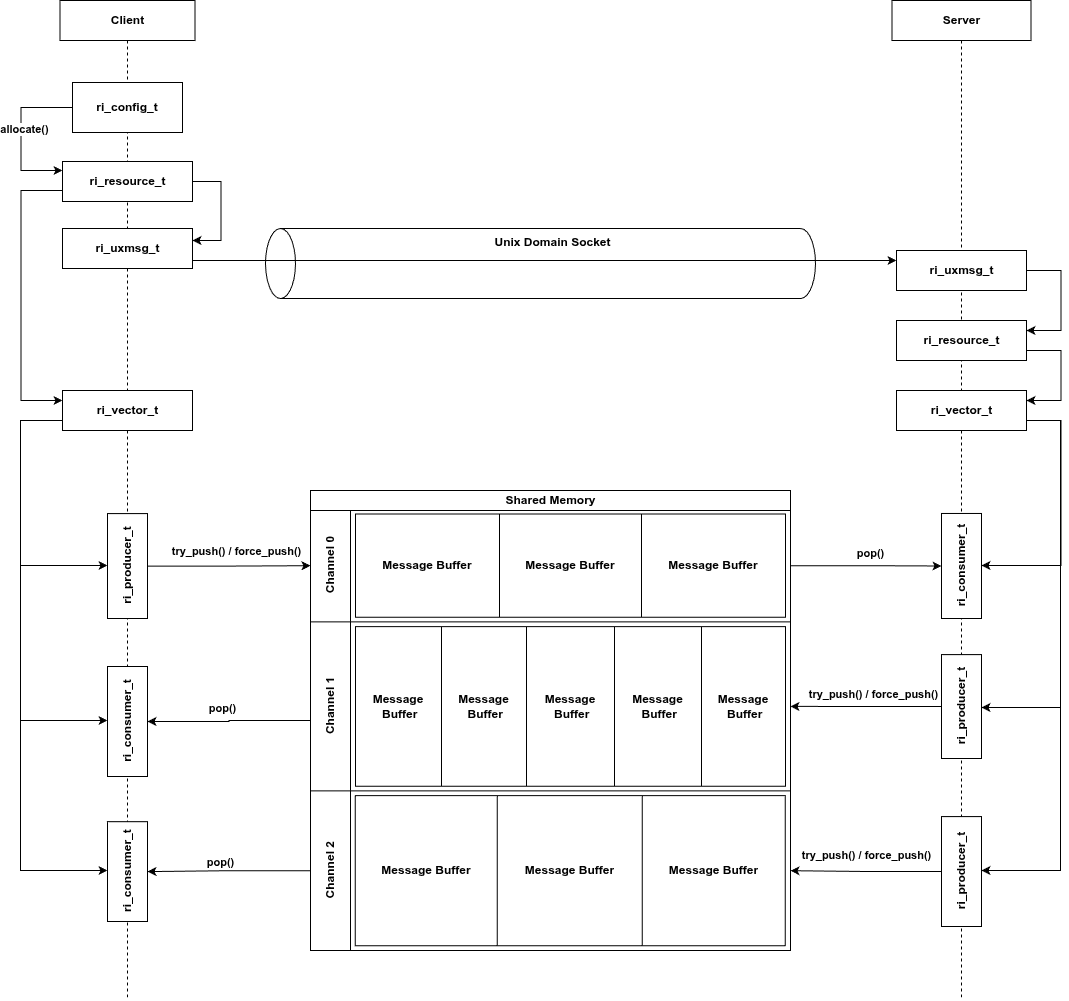
The draw.io diagram doc/flow.png in mausys/rtipc, before a commit. Source tidied: cells renumbered, new cells last; positions are measured from the earlier drawing's top-left corner, leaving out a move shared by most shapes.
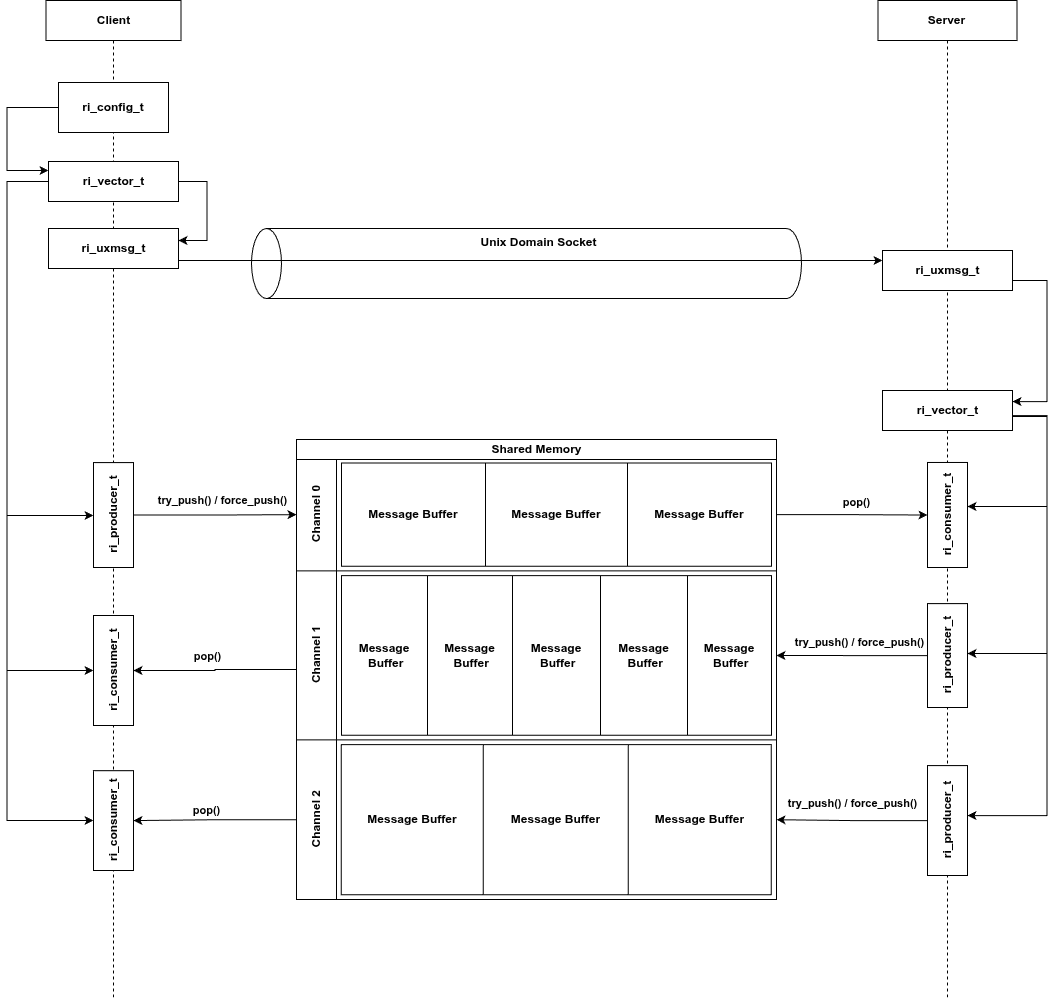
After the change.

The edit, as a diff of the source:
```diff
@@ -3,7 +3,7 @@
     <mxCell id="0" />
     <mxCell id="1" parent="0" />
     <mxCell id="2" style="group;" parent="1" vertex="1">
-      <mxGeometry x="290" y="490" width="480" height="460" as="geometry" />
+      <mxGeometry x="290" y="439" width="480" height="460" as="geometry" />
     </mxCell>
     <mxCell id="3" value="Channel 0" style="swimlane;startSize=40;horizontal=0;html=1;" parent="2" vertex="1">
       <mxGeometry y="18.8" width="480" height="112.7" as="geometry" />
@@ -71,13 +71,10 @@
     <mxCell id="24" value="&lt;b&gt;Client&lt;/b&gt;" style="shape=umlLifeline;perimeter=lifelinePerimeter;whiteSpace=wrap;html=1;newEdgeStyle={&quot;curved&quot;:0,&quot;rounded&quot;:0};" parent="1" vertex="1">
       <mxGeometry x="39.5" width="135" height="1000" as="geometry" />
     </mxCell>
-    <mxCell id="25" value="&lt;b&gt;ri_vector_t&lt;/b&gt;" style="html=1;points=[[0,0,0,0,5],[0,1,0,0,-5],[1,0,0,0,5],[1,1,0,0,-5]];perimeter=orthogonalPerimeter;outlineConnect=0;targetShapes=umlLifeline;portConstraint=eastwest;newEdgeStyle={&quot;curved&quot;:0,&quot;rounded&quot;:0};" parent="24" vertex="1">
-      <mxGeometry x="2.5" y="390" width="130" height="40" as="geometry" />
-    </mxCell>
     <mxCell id="26" value="&lt;b&gt;ri_config_t&lt;/b&gt;" style="html=1;whiteSpace=wrap;" parent="24" vertex="1">
       <mxGeometry x="12.5" y="82" width="110" height="50" as="geometry" />
     </mxCell>
-    <mxCell id="27" value="&lt;b&gt;ri_resource_t&lt;/b&gt;" style="html=1;points=[[0,0,0,0,5],[0,1,0,0,-5],[1,0,0,0,5],[1,1,0,0,-5]];perimeter=orthogonalPerimeter;outlineConnect=0;targetShapes=umlLifeline;portConstraint=eastwest;newEdgeStyle={&quot;curved&quot;:0,&quot;rounded&quot;:0};" parent="24" vertex="1">
+    <mxCell id="27" value="&lt;b&gt;ri_vector_t&lt;/b&gt;" style="html=1;points=[[0,0,0,0,5],[0,1,0,0,-5],[1,0,0,0,5],[1,1,0,0,-5]];perimeter=orthogonalPerimeter;outlineConnect=0;targetShapes=umlLifeline;portConstraint=eastwest;newEdgeStyle={&quot;curved&quot;:0,&quot;rounded&quot;:0};" parent="24" vertex="1">
       <mxGeometry x="2.5" y="161" width="130" height="40" as="geometry" />
     </mxCell>
     <mxCell id="28" value="&lt;b&gt;ri_uxmsg_t&lt;/b&gt;" style="html=1;points=[[0,0,0,0,5],[0,1,0,0,-5],[1,0,0,0,5],[1,1,0,0,-5]];perimeter=orthogonalPerimeter;outlineConnect=0;targetShapes=umlLifeline;portConstraint=eastwest;newEdgeStyle={&quot;curved&quot;:0,&quot;rounded&quot;:0};" parent="24" vertex="1">
@@ -91,14 +88,6 @@
         </Array>
       </mxGeometry>
     </mxCell>
-    <mxCell id="30" style="edgeStyle=orthogonalEdgeStyle;rounded=0;jettySize=auto;html=1;curved=0;" parent="24" edge="1" source="27" target="25">
-      <mxGeometry relative="1" as="geometry">
-        <Array as="points">
-          <mxPoint x="-39" y="190" />
-          <mxPoint x="-39" y="400" />
-        </Array>
-      </mxGeometry>
-    </mxCell>
     <mxCell id="31" style="edgeStyle=orthogonalEdgeStyle;rounded=0;jettySize=auto;html=1;" parent="24" edge="1" source="26" target="27">
       <mxGeometry relative="1" as="geometry">
         <Array as="points">
@@ -107,39 +96,36 @@
         </Array>
       </mxGeometry>
     </mxCell>
-    <mxCell id="32" value="&lt;b&gt;allocate()&lt;/b&gt;" style="edgeLabel;html=1;align=center;verticalAlign=middle;" parent="31" vertex="1">
-      <mxGeometry x="-0.06" y="3" relative="1" as="geometry" />
-    </mxCell>
     <mxCell id="33" value="&lt;b&gt;ri_producer_t&lt;/b&gt;" style="html=1;points=[[0,0,0,0,5],[0,1,0,0,-5],[1,0,0,0,5],[1,1,0,0,-5]];perimeter=orthogonalPerimeter;outlineConnect=0;targetShapes=umlLifeline;portConstraint=eastwest;newEdgeStyle={&quot;curved&quot;:0,&quot;rounded&quot;:0};horizontal=0;" parent="24" vertex="1">
-      <mxGeometry x="47.5" y="513.1" width="40" height="104.9" as="geometry" />
+      <mxGeometry x="47.5" y="462.1" width="40" height="104.9" as="geometry" />
     </mxCell>
-    <mxCell id="34" style="edgeStyle=orthogonalEdgeStyle;rounded=0;jettySize=auto;html=1;curved=0;" parent="24" edge="1" source="25" target="33">
+    <mxCell id="34" style="edgeStyle=orthogonalEdgeStyle;rounded=0;jettySize=auto;html=1;curved=0;" parent="24" edge="1" source="27" target="33">
       <mxGeometry relative="1" as="geometry">
         <Array as="points">
-          <mxPoint x="-39.5" y="420" />
-          <mxPoint x="-39.5" y="565" />
+          <mxPoint x="-39" y="181" />
+          <mxPoint x="-39" y="515" />
         </Array>
       </mxGeometry>
     </mxCell>
     <mxCell id="35" value="&lt;b&gt;ri_consumer_t&lt;/b&gt;" style="html=1;points=[[0,0,0,0,5],[0,1,0,0,-5],[1,0,0,0,5],[1,1,0,0,-5]];perimeter=orthogonalPerimeter;outlineConnect=0;targetShapes=umlLifeline;portConstraint=eastwest;newEdgeStyle={&quot;curved&quot;:0,&quot;rounded&quot;:0};horizontal=0;" parent="24" vertex="1">
-      <mxGeometry x="47.5" y="666" width="40" height="110" as="geometry" />
+      <mxGeometry x="47.5" y="615" width="40" height="110" as="geometry" />
     </mxCell>
-    <mxCell id="36" style="edgeStyle=orthogonalEdgeStyle;rounded=0;jettySize=auto;html=1;curved=0;" parent="24" edge="1" source="25" target="35">
+    <mxCell id="36" style="edgeStyle=orthogonalEdgeStyle;rounded=0;jettySize=auto;html=1;curved=0;" parent="24" edge="1" source="27" target="35">
       <mxGeometry relative="1" as="geometry">
         <Array as="points">
-          <mxPoint x="-39.5" y="420" />
-          <mxPoint x="-39.5" y="720" />
+          <mxPoint x="-39" y="181" />
+          <mxPoint x="-39" y="670" />
         </Array>
       </mxGeometry>
     </mxCell>
     <mxCell id="37" value="&lt;b&gt;ri_consumer_t&lt;/b&gt;" style="html=1;points=[[0,0,0,0,5],[0,1,0,0,-5],[1,0,0,0,5],[1,1,0,0,-5]];perimeter=orthogonalPerimeter;outlineConnect=0;targetShapes=umlLifeline;portConstraint=eastwest;newEdgeStyle={&quot;curved&quot;:0,&quot;rounded&quot;:0};horizontal=0;" parent="24" vertex="1">
-      <mxGeometry x="47.5" y="821.2" width="40" height="99.8" as="geometry" />
+      <mxGeometry x="47.5" y="770.2" width="40" height="99.8" as="geometry" />
     </mxCell>
-    <mxCell id="38" style="edgeStyle=orthogonalEdgeStyle;rounded=0;jettySize=auto;html=1;curved=0;" parent="24" edge="1" source="25" target="37">
+    <mxCell id="38" style="edgeStyle=orthogonalEdgeStyle;rounded=0;jettySize=auto;html=1;curved=0;" parent="24" edge="1" source="27" target="37">
       <mxGeometry relative="1" as="geometry">
         <Array as="points">
-          <mxPoint x="-39.5" y="420" />
-          <mxPoint x="-39.5" y="870" />
+          <mxPoint x="-39" y="181" />
+          <mxPoint x="-39" y="820" />
         </Array>
       </mxGeometry>
     </mxCell>
@@ -170,33 +156,27 @@
     <mxCell id="45" value="&lt;b&gt;Server&lt;/b&gt;" style="shape=umlLifeline;perimeter=lifelinePerimeter;whiteSpace=wrap;html=1;newEdgeStyle={&quot;curved&quot;:0,&quot;rounded&quot;:0};" parent="1" vertex="1">
       <mxGeometry x="871.5" width="139" height="1000" as="geometry" />
     </mxCell>
-    <mxCell id="46" style="edgeStyle=orthogonalEdgeStyle;rounded=0;jettySize=auto;html=1;curved=0;" parent="45" edge="1" source="47" target="49">
+    <mxCell id="46" style="edgeStyle=orthogonalEdgeStyle;rounded=0;orthogonalLoop=1;jettySize=auto;html=1;curved=0;" parent="45" edge="1">
       <mxGeometry relative="1" as="geometry">
+        <mxPoint x="134.5" y="261.1" as="sourcePoint" />
+        <mxPoint x="134.5" y="401.1" as="targetPoint" />
         <Array as="points">
-          <mxPoint x="169" y="270" />
-          <mxPoint x="169" y="330" />
+          <mxPoint x="135" y="280" />
+          <mxPoint x="169" y="280" />
+          <mxPoint x="169" y="401" />
         </Array>
       </mxGeometry>
     </mxCell>
     <mxCell id="47" value="&lt;b&gt;ri_uxmsg_t&lt;/b&gt;" style="html=1;points=[[0,0,0,0,5],[0,1,0,0,-5],[1,0,0,0,5],[1,1,0,0,-5]];perimeter=orthogonalPerimeter;outlineConnect=0;targetShapes=umlLifeline;portConstraint=eastwest;newEdgeStyle={&quot;curved&quot;:0,&quot;rounded&quot;:0};" parent="45" vertex="1">
       <mxGeometry x="4.5" y="250" width="130" height="40" as="geometry" />
     </mxCell>
-    <mxCell id="48" style="edgeStyle=orthogonalEdgeStyle;rounded=0;jettySize=auto;html=1;curved=0;" parent="45" edge="1" source="49" target="51">
-      <mxGeometry relative="1" as="geometry">
-        <Array as="points">
-          <mxPoint x="169" y="350" />
-          <mxPoint x="169" y="400" />
-        </Array>
-      </mxGeometry>
-    </mxCell>
-    <mxCell id="49" value="&lt;b&gt;ri_resource_t&lt;/b&gt;" style="html=1;points=[[0,0,0,0,5],[0,1,0,0,-5],[1,0,0,0,5],[1,1,0,0,-5]];perimeter=orthogonalPerimeter;outlineConnect=0;targetShapes=umlLifeline;portConstraint=eastwest;newEdgeStyle={&quot;curved&quot;:0,&quot;rounded&quot;:0};" parent="45" vertex="1">
-      <mxGeometry x="4.5" y="320" width="130" height="40" as="geometry" />
-    </mxCell>
-    <mxCell id="50" style="edgeStyle=orthogonalEdgeStyle;rounded=0;jettySize=auto;html=1;curved=0;" parent="45" edge="1" source="51" target="52">
+    <mxCell id="50" style="edgeStyle=orthogonalEdgeStyle;rounded=0;orthogonalLoop=1;jettySize=auto;html=1;curved=0;exitX=1;exitY=1;exitDx=0;exitDy=-5;exitPerimeter=0;" parent="45" edge="1">
       <mxGeometry relative="1" as="geometry">
+        <mxPoint x="134.5" y="416" as="sourcePoint" />
+        <mxPoint x="89.5" y="506" as="targetPoint" />
         <Array as="points">
-          <mxPoint x="169" y="420" />
-          <mxPoint x="169" y="565" />
+          <mxPoint x="169" y="416" />
+          <mxPoint x="169" y="506" />
         </Array>
       </mxGeometry>
     </mxCell>
@@ -204,27 +184,32 @@
       <mxGeometry x="4.5" y="390" width="130" height="40" as="geometry" />
     </mxCell>
     <mxCell id="52" value="&lt;b&gt;ri_consumer_t&lt;/b&gt;" style="html=1;points=[[0,0,0,0,5],[0,1,0,0,-5],[1,0,0,0,5],[1,1,0,0,-5]];perimeter=orthogonalPerimeter;outlineConnect=0;targetShapes=umlLifeline;portConstraint=eastwest;newEdgeStyle={&quot;curved&quot;:0,&quot;rounded&quot;:0};horizontal=0;" parent="45" vertex="1">
-      <mxGeometry x="49.5" y="513" width="40" height="105" as="geometry" />
+      <mxGeometry x="49.5" y="462" width="40" height="105" as="geometry" />
     </mxCell>
     <mxCell id="53" value="&lt;b&gt;ri_producer_t&lt;/b&gt;" style="html=1;points=[[0,0,0,0,5],[0,1,0,0,-5],[1,0,0,0,5],[1,1,0,0,-5]];perimeter=orthogonalPerimeter;outlineConnect=0;targetShapes=umlLifeline;portConstraint=eastwest;newEdgeStyle={&quot;curved&quot;:0,&quot;rounded&quot;:0};horizontal=0;" parent="45" vertex="1">
-      <mxGeometry x="49.5" y="654.1" width="40" height="103.9" as="geometry" />
+      <mxGeometry x="49.5" y="603.1" width="40" height="103.9" as="geometry" />
     </mxCell>
-    <mxCell id="54" style="edgeStyle=orthogonalEdgeStyle;rounded=0;jettySize=auto;html=1;curved=0;" parent="45" edge="1" source="51" target="53">
+    <mxCell id="54" style="edgeStyle=orthogonalEdgeStyle;rounded=0;orthogonalLoop=1;jettySize=auto;html=1;curved=0;exitX=1;exitY=1;exitDx=0;exitDy=-5;exitPerimeter=0;" parent="45" edge="1">
       <mxGeometry relative="1" as="geometry">
+        <mxPoint x="134.5" y="421" as="sourcePoint" />
+        <mxPoint x="89.5" y="653" as="targetPoint" />
         <Array as="points">
-          <mxPoint x="168.5" y="420" />
-          <mxPoint x="168.5" y="707" />
+          <mxPoint x="135" y="416" />
+          <mxPoint x="169" y="416" />
+          <mxPoint x="169" y="653" />
         </Array>
       </mxGeometry>
     </mxCell>
     <mxCell id="55" value="&lt;b&gt;ri_producer_t&lt;/b&gt;" style="html=1;points=[[0,0,0,0,5],[0,1,0,0,-5],[1,0,0,0,5],[1,1,0,0,-5]];perimeter=orthogonalPerimeter;outlineConnect=0;targetShapes=umlLifeline;portConstraint=eastwest;newEdgeStyle={&quot;curved&quot;:0,&quot;rounded&quot;:0};horizontal=0;" parent="45" vertex="1">
-      <mxGeometry x="49.5" y="816.1" width="40" height="109.9" as="geometry" />
+      <mxGeometry x="49.5" y="765.1" width="40" height="109.9" as="geometry" />
     </mxCell>
-    <mxCell id="56" style="edgeStyle=orthogonalEdgeStyle;rounded=0;jettySize=auto;html=1;curved=0;" parent="45" edge="1" source="51" target="55">
+    <mxCell id="56" style="edgeStyle=orthogonalEdgeStyle;rounded=0;orthogonalLoop=1;jettySize=auto;html=1;curved=0;" parent="45" edge="1">
       <mxGeometry relative="1" as="geometry">
+        <mxPoint x="134.5" y="415.1" as="sourcePoint" />
+        <mxPoint x="89.5" y="815.1" as="targetPoint" />
         <Array as="points">
-          <mxPoint x="168.5" y="420" />
-          <mxPoint x="168.5" y="870" />
+          <mxPoint x="169" y="415" />
+          <mxPoint x="169" y="815" />
         </Array>
       </mxGeometry>
     </mxCell>
```
